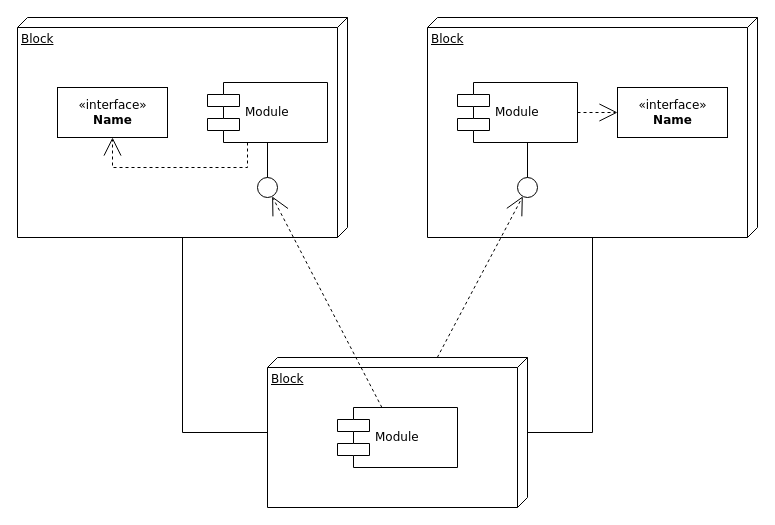
Before: Untitled Diagram.drawio in akcdev777/test_rep, a draw.io diagram. Source tidied: cells renumbered, new cells numbered last; positions are measured from the earlier drawing's top-left corner, leaving out a move shared by most shapes. Both pictures are drawn from the tidied source at 100%, with x=0, y=0 at pixel (17, 17).
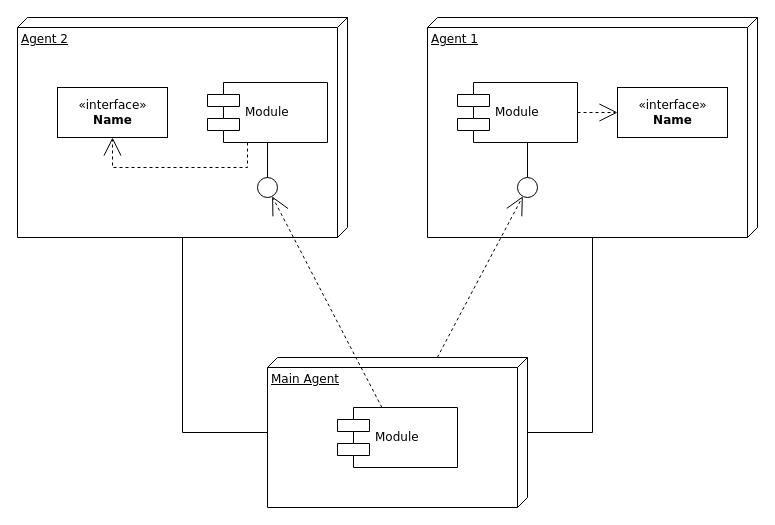
The same diagram, later.

Change to the diagram source:
```diff
@@
-    <mxCell id="2" value="Block" style="verticalAlign=top;align=left;spacingTop=8;spacingLeft=2;spacingRight=12;shape=cube;size=10;direction=south;fontStyle=4;html=1;rounded=0;shadow=0;comic=0;labelBackgroundColor=none;strokeWidth=1;fontFamily=Verdana;fontSize=12;" parent="1" vertex="1">
+    <mxCell id="2" value="Agent 2" style="verticalAlign=top;align=left;spacingTop=8;spacingLeft=2;spacingRight=12;shape=cube;size=10;direction=south;fontStyle=4;html=1;rounded=0;shadow=0;comic=0;labelBackgroundColor=none;strokeWidth=1;fontFamily=Verdana;fontSize=12;" parent="1" vertex="1">
       <mxGeometry width="330" height="220" as="geometry" />
     </mxCell>
-    <mxCell id="3" value="Block" style="verticalAlign=top;align=left;spacingTop=8;spacingLeft=2;spacingRight=12;shape=cube;size=10;direction=south;fontStyle=4;html=1;rounded=0;shadow=0;comic=0;labelBackgroundColor=none;strokeWidth=1;fontFamily=Verdana;fontSize=12;" parent="1" vertex="1">
+    <mxCell id="3" value="Agent 1" style="verticalAlign=top;align=left;spacingTop=8;spacingLeft=2;spacingRight=12;shape=cube;size=10;direction=south;fontStyle=4;html=1;rounded=0;shadow=0;comic=0;labelBackgroundColor=none;strokeWidth=1;fontFamily=Verdana;fontSize=12;" parent="1" vertex="1">
       <mxGeometry x="410" width="330" height="220" as="geometry" />
     </mxCell>
-    <mxCell id="4" value="Block" style="verticalAlign=top;align=left;spacingTop=8;spacingLeft=2;spacingRight=12;shape=cube;size=10;direction=south;fontStyle=4;html=1;rounded=0;shadow=0;comic=0;labelBackgroundColor=none;strokeWidth=1;fontFamily=Verdana;fontSize=12;" parent="1" vertex="1">
+    <mxCell id="4" value="Main Agent" style="verticalAlign=top;align=left;spacingTop=8;spacingLeft=2;spacingRight=12;shape=cube;size=10;direction=south;fontStyle=4;html=1;rounded=0;shadow=0;comic=0;labelBackgroundColor=none;strokeWidth=1;fontFamily=Verdana;fontSize=12;" parent="1" vertex="1">
       <mxGeometry x="250" y="340" width="260" height="150" as="geometry" />
     </mxCell>
```
